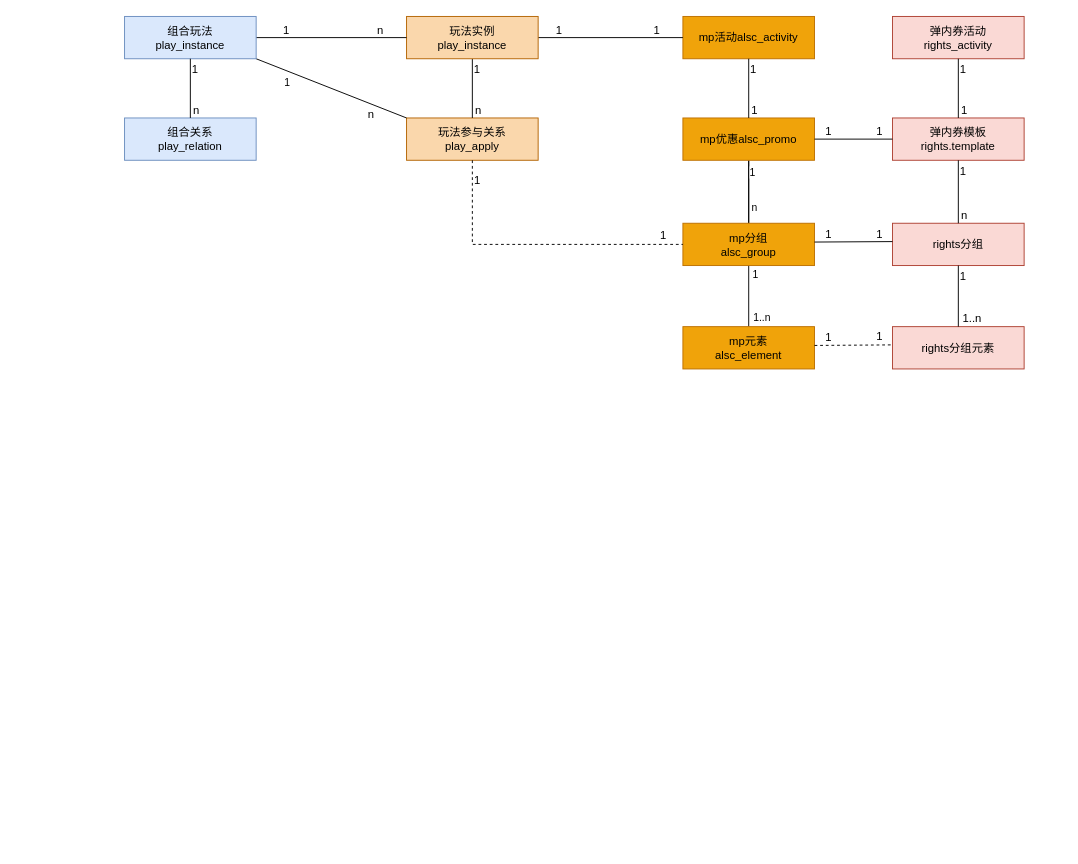
Earlier version of the draw.io diagram page "模型-商户加码" (2 of 3) of 超会爆红包融合.drawio (jon-kong/draw.io). Source tidied: cells renumbered, new cells numbered last; positions are measured from the earlier drawing's top-left corner, leaving out a move shared by most shapes. Both pictures are drawn from the tidied source at 94%, with x=0, y=0 at pixel (124, 16).
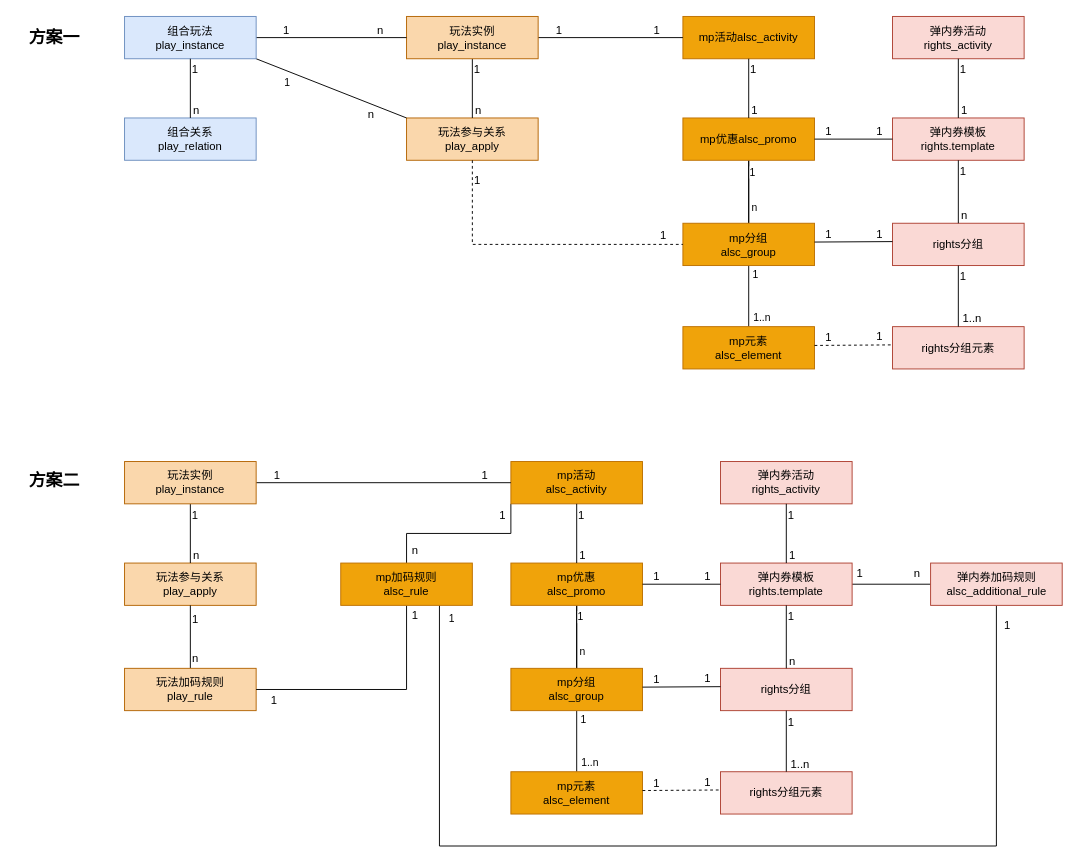
The same page after the edit.

Diff of the diagram source:
```diff
@@
+    <mxCell id="62" value="方案一" style="text;html=1;align=center;verticalAlign=middle;strokeColor=none;fillColor=none;fontSize=18;fontStyle=1;" parent="1" vertex="1">
+      <mxGeometry x="-115" y="2.5" width="80" height="40" as="geometry" />
+    </mxCell>
+    <mxCell id="63" style="rounded=0;jettySize=auto;html=1;exitX=0;exitY=1;exitDx=0;exitDy=0;endArrow=none;endFill=0;edgeStyle=orthogonalEdgeStyle;" parent="1" edge="1" source="64" target="119">
+      <mxGeometry relative="1" as="geometry" />
+    </mxCell>
+    <mxCell id="64" value="mp活动&lt;br&gt;alsc_activity" style="rounded=0;whiteSpace=wrap;html=1;fillColor=#f0a30a;fontColor=#000000;strokeColor=#BD7000;" parent="1" vertex="1">
+      <mxGeometry x="411" y="473.5" width="140" height="45" as="geometry" />
+    </mxCell>
+    <mxCell id="65" style="edgeStyle=orthogonalEdgeStyle;rounded=0;jettySize=auto;html=1;exitX=0.5;exitY=1;exitDx=0;exitDy=0;entryX=0.5;entryY=0;entryDx=0;entryDy=0;endArrow=none;endFill=0;" parent="1" edge="1" source="69" target="76">
+      <mxGeometry relative="1" as="geometry" />
+    </mxCell>
+    <mxCell id="66" value="1" style="edgeLabel;html=1;align=center;verticalAlign=middle;" parent="65" vertex="1">
+      <mxGeometry x="-0.86" y="3" relative="1" as="geometry">
+        <mxPoint y="7" as="offset" />
+      </mxGeometry>
+    </mxCell>
+    <mxCell id="67" value="n" style="edgeLabel;html=1;align=center;verticalAlign=middle;" parent="65" vertex="1">
+      <mxGeometry x="0.72" y="4" relative="1" as="geometry">
+        <mxPoint x="1" y="-9" as="offset" />
+      </mxGeometry>
+    </mxCell>
+    <mxCell id="68" style="edgeStyle=orthogonalEdgeStyle;rounded=0;jettySize=auto;html=1;endArrow=none;endFill=0;" parent="1" edge="1" source="69" target="76">
+      <mxGeometry relative="1" as="geometry" />
+    </mxCell>
+    <mxCell id="69" value="mp优惠&lt;br&gt;alsc_promo" style="rounded=0;whiteSpace=wrap;html=1;fillColor=#f0a30a;fontColor=#000000;strokeColor=#BD7000;" parent="1" vertex="1">
+      <mxGeometry x="411" y="581.5" width="140" height="45" as="geometry" />
+    </mxCell>
+    <mxCell id="70" value="弹内券活动&lt;br&gt;rights_activity" style="rounded=0;whiteSpace=wrap;html=1;fillColor=#fad9d5;strokeColor=#ae4132;" parent="1" vertex="1">
+      <mxGeometry x="634" y="473.5" width="140" height="45" as="geometry" />
+    </mxCell>
+    <mxCell id="71" style="edgeStyle=orthogonalEdgeStyle;rounded=0;jettySize=auto;html=1;exitX=1;exitY=0.5;exitDx=0;exitDy=0;endArrow=none;endFill=0;" parent="1" edge="1" source="72" target="124">
+      <mxGeometry relative="1" as="geometry" />
+    </mxCell>
+    <mxCell id="72" value="弹内券模板&lt;br&gt;rights.template" style="rounded=0;whiteSpace=wrap;html=1;fillColor=#fad9d5;strokeColor=#ae4132;" parent="1" vertex="1">
+      <mxGeometry x="634" y="581.5" width="140" height="45" as="geometry" />
+    </mxCell>
+    <mxCell id="73" style="edgeStyle=orthogonalEdgeStyle;rounded=0;jettySize=auto;html=1;exitX=0.5;exitY=1;exitDx=0;exitDy=0;entryX=0.5;entryY=0;entryDx=0;entryDy=0;endArrow=none;endFill=0;" parent="1" edge="1" source="76" target="77">
+      <mxGeometry relative="1" as="geometry" />
+    </mxCell>
+    <mxCell id="74" value="1" style="edgeLabel;html=1;align=center;verticalAlign=middle;" parent="73" vertex="1">
+      <mxGeometry x="-0.77" relative="1" as="geometry">
+        <mxPoint x="6" y="2" as="offset" />
+      </mxGeometry>
+    </mxCell>
+    <mxCell id="75" value="1..n" style="edgeLabel;html=1;align=center;verticalAlign=middle;" parent="73" vertex="1">
+      <mxGeometry x="0.69" relative="1" as="geometry">
+        <mxPoint x="13" as="offset" />
+      </mxGeometry>
+    </mxCell>
+    <mxCell id="76" value="mp分组&lt;br&gt;alsc_group" style="rounded=0;whiteSpace=wrap;html=1;fillColor=#f0a30a;fontColor=#000000;strokeColor=#BD7000;" parent="1" vertex="1">
+      <mxGeometry x="411" y="693.5" width="140" height="45" as="geometry" />
+    </mxCell>
+    <mxCell id="77" value="mp元素&lt;br&gt;alsc_element" style="rounded=0;whiteSpace=wrap;html=1;fillColor=#f0a30a;fontColor=#000000;strokeColor=#BD7000;" parent="1" vertex="1">
+      <mxGeometry x="411" y="803.5" width="140" height="45" as="geometry" />
+    </mxCell>
+    <mxCell id="78" value="rights分组" style="rounded=0;whiteSpace=wrap;html=1;fillColor=#fad9d5;strokeColor=#ae4132;" parent="1" vertex="1">
+      <mxGeometry x="634" y="693.5" width="140" height="45" as="geometry" />
+    </mxCell>
+    <mxCell id="79" value="rights分组元素" style="rounded=0;whiteSpace=wrap;html=1;fillColor=#fad9d5;strokeColor=#ae4132;" parent="1" vertex="1">
+      <mxGeometry x="634" y="803.5" width="140" height="45" as="geometry" />
+    </mxCell>
+    <mxCell id="80" style="endArrow=none;html=1;rounded=0;exitX=0.5;exitY=1;exitDx=0;exitDy=0;entryX=0.5;entryY=0;entryDx=0;entryDy=0;" parent="1" edge="1" source="64" target="69">
+      <mxGeometry relative="1" as="geometry" />
+    </mxCell>
+    <mxCell id="81" value="1" style="html=1;align=left;verticalAlign=bottom;" parent="80" vertex="1">
+      <mxGeometry x="-1" relative="1" as="geometry">
+        <mxPoint y="20" as="offset" />
+      </mxGeometry>
+    </mxCell>
+    <mxCell id="82" value="1" style="html=1;align=right;verticalAlign=bottom;" parent="80" vertex="1">
+      <mxGeometry x="1" relative="1" as="geometry">
+        <mxPoint x="10" as="offset" />
+      </mxGeometry>
+    </mxCell>
+    <mxCell id="83" style="endArrow=none;html=1;rounded=0;exitX=0.5;exitY=1;exitDx=0;exitDy=0;entryX=0.5;entryY=0;entryDx=0;entryDy=0;" parent="1" edge="1" source="70" target="72">
+      <mxGeometry relative="1" as="geometry" />
+    </mxCell>
+    <mxCell id="84" value="1" style="html=1;align=left;verticalAlign=bottom;" parent="83" vertex="1">
+      <mxGeometry x="-1" relative="1" as="geometry">
+        <mxPoint y="20" as="offset" />
+      </mxGeometry>
+    </mxCell>
+    <mxCell id="85" value="1" style="html=1;align=right;verticalAlign=bottom;" parent="83" vertex="1">
+      <mxGeometry x="1" relative="1" as="geometry">
+        <mxPoint x="10" as="offset" />
+      </mxGeometry>
+    </mxCell>
+    <mxCell id="86" style="endArrow=none;html=1;rounded=0;exitX=0.5;exitY=1;exitDx=0;exitDy=0;entryX=0.5;entryY=0;entryDx=0;entryDy=0;" parent="1" edge="1" source="72" target="78">
+      <mxGeometry relative="1" as="geometry" />
+    </mxCell>
+    <mxCell id="87" value="1" style="html=1;align=left;verticalAlign=bottom;" parent="86" vertex="1">
+      <mxGeometry x="-1" relative="1" as="geometry">
+        <mxPoint y="20" as="offset" />
+      </mxGeometry>
+    </mxCell>
+    <mxCell id="88" value="n" style="html=1;align=right;verticalAlign=bottom;" parent="86" vertex="1">
+      <mxGeometry x="1" relative="1" as="geometry">
+        <mxPoint x="10" as="offset" />
+      </mxGeometry>
+    </mxCell>
+    <mxCell id="89" style="endArrow=none;html=1;rounded=0;exitX=0.5;exitY=1;exitDx=0;exitDy=0;entryX=0.5;entryY=0;entryDx=0;entryDy=0;" parent="1" edge="1" source="78" target="79">
+      <mxGeometry relative="1" as="geometry" />
+    </mxCell>
+    <mxCell id="90" value="1" style="html=1;align=left;verticalAlign=bottom;" parent="89" vertex="1">
+      <mxGeometry x="-1" relative="1" as="geometry">
+        <mxPoint y="20" as="offset" />
+      </mxGeometry>
+    </mxCell>
+    <mxCell id="91" value="1..n" style="html=1;align=right;verticalAlign=bottom;" parent="89" vertex="1">
+      <mxGeometry x="1" relative="1" as="geometry">
+        <mxPoint x="25" as="offset" />
+      </mxGeometry>
+    </mxCell>
+    <mxCell id="92" style="endArrow=none;html=1;rounded=0;exitX=1;exitY=0.5;exitDx=0;exitDy=0;entryX=0;entryY=0.5;entryDx=0;entryDy=0;" parent="1" edge="1" source="69" target="72">
+      <mxGeometry relative="1" as="geometry" />
+    </mxCell>
+    <mxCell id="93" value="1" style="html=1;align=left;verticalAlign=bottom;" parent="92" vertex="1">
+      <mxGeometry x="-1" relative="1" as="geometry">
+        <mxPoint x="10" as="offset" />
+      </mxGeometry>
+    </mxCell>
+    <mxCell id="94" value="1" style="html=1;align=right;verticalAlign=bottom;" parent="92" vertex="1">
+      <mxGeometry x="1" relative="1" as="geometry">
+        <mxPoint x="-10" as="offset" />
+      </mxGeometry>
+    </mxCell>
+    <mxCell id="95" style="endArrow=none;html=1;rounded=0;entryX=0;entryY=0.5;entryDx=0;entryDy=0;" parent="1" edge="1">
+      <mxGeometry relative="1" as="geometry">
+        <mxPoint x="551" y="713.5" as="sourcePoint" />
+        <mxPoint x="634" y="713" as="targetPoint" />
+      </mxGeometry>
+    </mxCell>
+    <mxCell id="96" value="1" style="html=1;align=left;verticalAlign=bottom;" parent="95" vertex="1">
+      <mxGeometry x="-1" relative="1" as="geometry">
+        <mxPoint x="10" as="offset" />
+      </mxGeometry>
+    </mxCell>
+    <mxCell id="97" value="1" style="html=1;align=right;verticalAlign=bottom;" parent="95" vertex="1">
+      <mxGeometry x="1" relative="1" as="geometry">
+        <mxPoint x="-10" as="offset" />
+      </mxGeometry>
+    </mxCell>
+    <mxCell id="98" style="endArrow=none;html=1;rounded=0;entryX=0;entryY=0.5;entryDx=0;entryDy=0;dashed=1;" parent="1" edge="1">
+      <mxGeometry relative="1" as="geometry">
+        <mxPoint x="551" y="823.5" as="sourcePoint" />
+        <mxPoint x="634" y="822.9" as="targetPoint" />
+      </mxGeometry>
+    </mxCell>
+    <mxCell id="99" value="1" style="html=1;align=left;verticalAlign=bottom;" parent="98" vertex="1">
+      <mxGeometry x="-1" relative="1" as="geometry">
+        <mxPoint x="10" as="offset" />
+      </mxGeometry>
+    </mxCell>
+    <mxCell id="100" value="1" style="html=1;align=right;verticalAlign=bottom;" parent="98" vertex="1">
+      <mxGeometry x="1" relative="1" as="geometry">
+        <mxPoint x="-10" as="offset" />
+      </mxGeometry>
+    </mxCell>
+    <mxCell id="101" value="玩法参与关系&lt;br&gt;play_apply" style="rounded=0;whiteSpace=wrap;html=1;fillColor=#fad7ac;strokeColor=#b46504;" parent="1" vertex="1">
+      <mxGeometry y="581.5" width="140" height="45" as="geometry" />
+    </mxCell>
+    <mxCell id="102" style="endArrow=none;html=1;rounded=0;exitX=0.5;exitY=1;exitDx=0;exitDy=0;entryX=0.5;entryY=0;entryDx=0;entryDy=0;" parent="1" edge="1" source="106" target="101">
+      <mxGeometry relative="1" as="geometry" />
+    </mxCell>
+    <mxCell id="103" value="1" style="html=1;align=left;verticalAlign=bottom;" parent="102" vertex="1">
+      <mxGeometry x="-1" relative="1" as="geometry">
+        <mxPoint y="20" as="offset" />
+      </mxGeometry>
+    </mxCell>
+    <mxCell id="104" value="n" style="html=1;align=right;verticalAlign=bottom;" parent="102" vertex="1">
+      <mxGeometry x="1" relative="1" as="geometry">
+        <mxPoint x="10" as="offset" />
+      </mxGeometry>
+    </mxCell>
+    <mxCell id="105" style="edgeStyle=orthogonalEdgeStyle;rounded=0;jettySize=auto;html=1;exitX=1;exitY=0.5;exitDx=0;exitDy=0;entryX=0;entryY=0.5;entryDx=0;entryDy=0;endArrow=none;endFill=0;" parent="1" edge="1" source="106" target="64">
+      <mxGeometry relative="1" as="geometry" />
+    </mxCell>
+    <mxCell id="106" value="玩法实例&lt;br&gt;play_instance" style="rounded=0;whiteSpace=wrap;html=1;fillColor=#fad7ac;strokeColor=#b46504;" parent="1" vertex="1">
+      <mxGeometry y="473.5" width="140" height="45" as="geometry" />
+    </mxCell>
+    <mxCell id="107" style="html=1;align=right;verticalAlign=bottom;" parent="1" vertex="1">
+      <mxGeometry x="60" y="496" as="geometry" />
+    </mxCell>
+    <mxCell id="108" style="html=1;align=right;verticalAlign=bottom;" parent="1" vertex="1">
+      <mxGeometry x="60" y="604" as="geometry" />
+    </mxCell>
+    <mxCell id="109" value="1" style="text;html=1;align=center;verticalAlign=middle;strokeColor=none;fillColor=none;" parent="1" vertex="1">
+      <mxGeometry x="147" y="473.5" width="30" height="30" as="geometry" />
+    </mxCell>
+    <mxCell id="110" value="1" style="text;html=1;align=center;verticalAlign=middle;strokeColor=none;fillColor=none;" parent="1" vertex="1">
+      <mxGeometry x="368" y="473.5" width="30" height="30" as="geometry" />
+    </mxCell>
+    <mxCell id="111" style="edgeStyle=orthogonalEdgeStyle;rounded=0;jettySize=auto;html=1;exitX=0.5;exitY=1;exitDx=0;exitDy=0;endArrow=none;endFill=0;" parent="1" edge="1" source="101" target="115">
+      <mxGeometry relative="1" as="geometry" />
+    </mxCell>
+    <mxCell id="112" value="1" style="text;html=1;align=center;verticalAlign=middle;strokeColor=none;fillColor=none;" parent="1" vertex="1">
+      <mxGeometry x="60" y="626.5" width="30" height="30" as="geometry" />
+    </mxCell>
+    <mxCell id="113" value="n" style="text;html=1;align=center;verticalAlign=middle;strokeColor=none;fillColor=none;" parent="1" vertex="1">
+      <mxGeometry x="60" y="667.5" width="30" height="30" as="geometry" />
+    </mxCell>
+    <mxCell id="114" value="方案二" style="text;html=1;align=center;verticalAlign=middle;strokeColor=none;fillColor=none;fontSize=18;fontStyle=1;" parent="1" vertex="1">
+      <mxGeometry x="-115" y="473.5" width="80" height="40" as="geometry" />
+    </mxCell>
+    <mxCell id="115" value="玩法加码规则&lt;br&gt;play_rule" style="rounded=0;whiteSpace=wrap;html=1;fillColor=#fad7ac;strokeColor=#b46504;" parent="1" vertex="1">
+      <mxGeometry y="693.5" width="140" height="45" as="geometry" />
+    </mxCell>
+    <mxCell id="116" style="rounded=0;jettySize=auto;html=1;exitX=0.5;exitY=1;exitDx=0;exitDy=0;entryX=1;entryY=0.5;entryDx=0;entryDy=0;endArrow=none;endFill=0;edgeStyle=orthogonalEdgeStyle;" parent="1" edge="1" source="119" target="115">
+      <mxGeometry relative="1" as="geometry" />
+    </mxCell>
+    <mxCell id="117" style="edgeStyle=orthogonalEdgeStyle;rounded=0;jettySize=auto;html=1;exitX=0.75;exitY=1;exitDx=0;exitDy=0;entryX=0.5;entryY=1;entryDx=0;entryDy=0;endArrow=none;endFill=0;" parent="1" edge="1" source="119" target="124">
+      <mxGeometry relative="1" as="geometry">
+        <Array as="points">
+          <mxPoint x="335" y="882.5" />
+          <mxPoint x="928" y="882.5" />
+        </Array>
+      </mxGeometry>
+    </mxCell>
+    <mxCell id="118" value="1" style="edgeLabel;html=1;align=center;verticalAlign=middle;" parent="117" vertex="1">
+      <mxGeometry x="-0.97" y="4" relative="1" as="geometry">
+        <mxPoint x="8" y="-3" as="offset" />
+      </mxGeometry>
+    </mxCell>
+    <mxCell id="119" value="mp加码规则&lt;br&gt;alsc_rule" style="rounded=0;whiteSpace=wrap;html=1;fillColor=#f0a30a;fontColor=#000000;strokeColor=#BD7000;" parent="1" vertex="1">
+      <mxGeometry x="230" y="581.5" width="140" height="45" as="geometry" />
+    </mxCell>
+    <mxCell id="120" value="1" style="text;html=1;align=center;verticalAlign=middle;strokeColor=none;fillColor=none;" parent="1" vertex="1">
+      <mxGeometry x="294" y="622.5" width="30" height="30" as="geometry" />
+    </mxCell>
+    <mxCell id="121" value="1" style="text;html=1;align=center;verticalAlign=middle;strokeColor=none;fillColor=none;" parent="1" vertex="1">
+      <mxGeometry x="144" y="712.5" width="30" height="30" as="geometry" />
+    </mxCell>
+    <mxCell id="122" value="1" style="text;html=1;align=center;verticalAlign=middle;strokeColor=none;fillColor=none;" parent="1" vertex="1">
+      <mxGeometry x="387" y="516" width="30" height="30" as="geometry" />
+    </mxCell>
+    <mxCell id="123" value="n" style="text;html=1;align=center;verticalAlign=middle;strokeColor=none;fillColor=none;" parent="1" vertex="1">
+      <mxGeometry x="294" y="552.5" width="30" height="30" as="geometry" />
+    </mxCell>
+    <mxCell id="124" value="弹内券加码规则&lt;br&gt;alsc_additional_rule" style="rounded=0;whiteSpace=wrap;html=1;fillColor=#fad9d5;strokeColor=#ae4132;" parent="1" vertex="1">
+      <mxGeometry x="857.5" y="581.5" width="140" height="45" as="geometry" />
+    </mxCell>
+    <mxCell id="125" value="1" style="text;html=1;align=center;verticalAlign=middle;strokeColor=none;fillColor=none;" parent="1" vertex="1">
+      <mxGeometry x="767" y="577.5" width="30" height="30" as="geometry" />
+    </mxCell>
+    <mxCell id="126" value="n" style="text;html=1;align=center;verticalAlign=middle;strokeColor=none;fillColor=none;" parent="1" vertex="1">
+      <mxGeometry x="827.5" y="578" width="30" height="30" as="geometry" />
+    </mxCell>
+    <mxCell id="127" value="1" style="text;html=1;align=center;verticalAlign=middle;strokeColor=none;fillColor=none;" parent="1" vertex="1">
+      <mxGeometry x="924" y="632.5" width="30" height="30" as="geometry" />
+    </mxCell>
```
